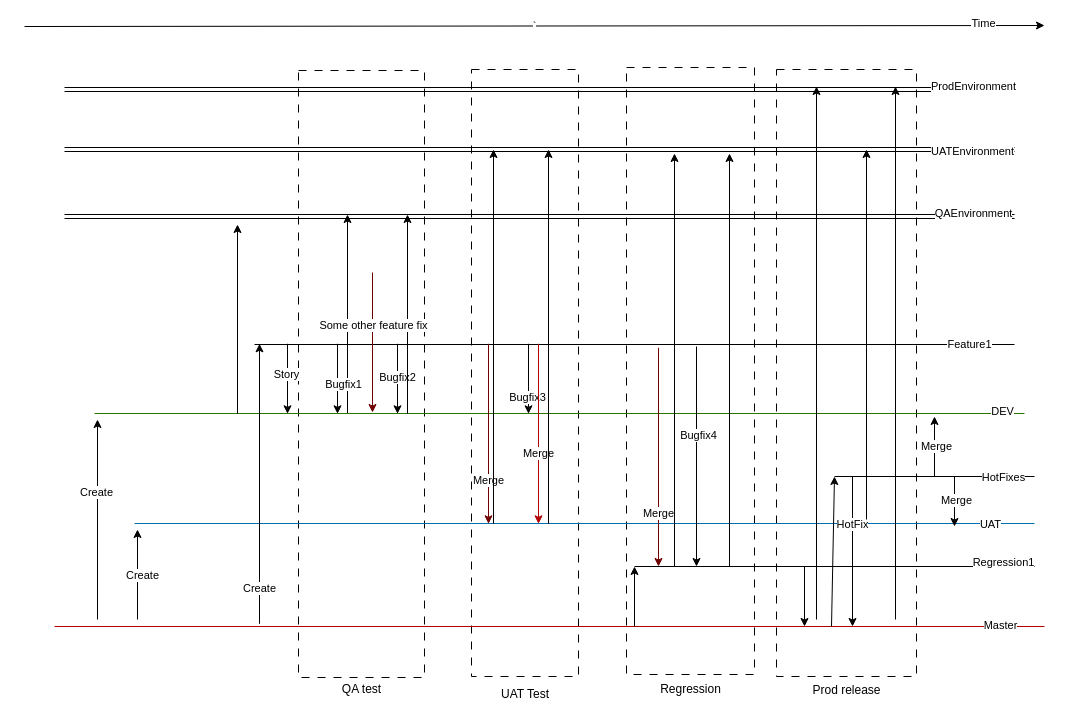
This is FeatureStrategy.drawio from sshevchenko777/POC, a draw.io file, before an edit. Source tidied: cells renumbered, new cells numbered last; positions are measured from the earlier drawing's top-left corner, leaving out a move shared by most shapes. Both pictures are drawn from the tidied source at 100%, with x=0, y=0 at pixel (24, 25).
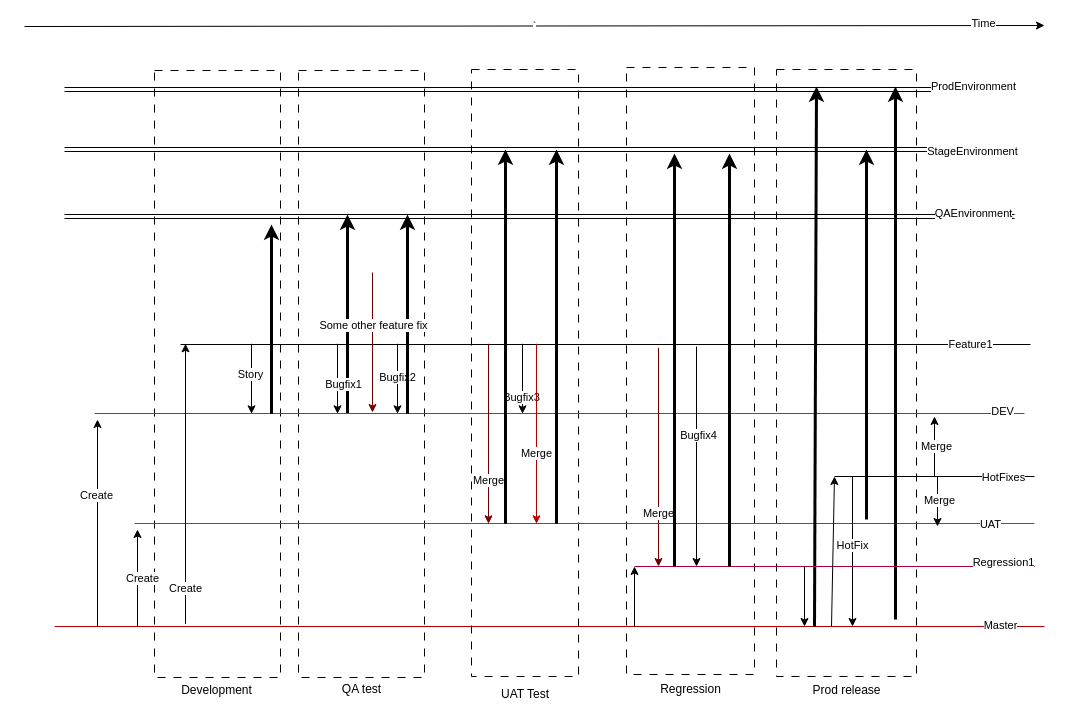
The same page after the edit.

The change refers to these unchanged cells:
```xml
<mxCell id="31" style="shape=link;html=1;rounded=0;" parent="1" edge="1">
  <mxGeometry relative="1" as="geometry">
    <mxPoint x="40" y="124" as="sourcePoint" />
    <mxPoint x="990" y="124" as="targetPoint" />
  </mxGeometry>
</mxCell>
<mxCell id="49" style="endArrow=classic;html=1;rounded=0;" parent="1" edge="1">
  <mxGeometry relative="1" as="geometry">
    <mxPoint x="828" y="451" as="sourcePoint" />
    <mxPoint x="828" y="601" as="targetPoint" />
  </mxGeometry>
</mxCell>
```

The edit, as a diff of the source:
```diff
@@
+    <mxCell id="73" style="whiteSpace=wrap;html=1;fillStyle=auto;dashed=1;dashPattern=8 8;strokeColor=light-dark(#000000,#1F4EA9);" parent="1" vertex="1">
+      <mxGeometry x="130" y="45" width="126" height="607" as="geometry" />
+    </mxCell>
@@
-    <mxCell id="4" style="endArrow=classic;html=1;rounded=0;" parent="1" edge="1">
+    <mxCell id="4" style="endArrow=classic;html=1;rounded=0;strokeWidth=3;" parent="1" edge="1">
       <mxGeometry relative="1" as="geometry">
         <mxPoint x="323" y="388.3" as="sourcePoint" />
         <mxPoint x="323" y="189" as="targetPoint" />
       </mxGeometry>
     </mxCell>
@@
     <mxCell id="14" style="edgeStyle=orthogonalEdgeStyle;rounded=0;orthogonalLoop=1;jettySize=auto;html=1;" parent="1" edge="1">
       <mxGeometry relative="1" as="geometry">
-        <mxPoint x="263" y="318.3" as="sourcePoint" />
-        <mxPoint x="263" y="388.3" as="targetPoint" />
+        <mxPoint x="227" y="318.3" as="sourcePoint" />
+        <mxPoint x="227" y="388.3" as="targetPoint" />
       </mxGeometry>
     </mxCell>
@@
     <mxCell id="18" style="edgeStyle=orthogonalEdgeStyle;rounded=0;orthogonalLoop=1;jettySize=auto;html=1;" parent="1" edge="1">
       <mxGeometry relative="1" as="geometry">
-        <mxPoint x="504" y="318.3" as="sourcePoint" />
-        <mxPoint x="504" y="388.3" as="targetPoint" />
+        <mxPoint x="498" y="318.3" as="sourcePoint" />
+        <mxPoint x="498" y="388.3" as="targetPoint" />
       </mxGeometry>
     </mxCell>
@@
     <mxCell id="22" style="endArrow=none;html=1;rounded=0;" parent="1" edge="1">
       <mxGeometry relative="1" as="geometry">
-        <mxPoint x="230" y="319" as="sourcePoint" />
-        <mxPoint x="990" y="319" as="targetPoint" />
+        <mxPoint x="156" y="319" as="sourcePoint" />
+        <mxPoint x="1006" y="319" as="targetPoint" />
       </mxGeometry>
     </mxCell>
@@
     <mxCell id="24" style="endArrow=classic;html=1;rounded=0;" parent="1" edge="1">
       <mxGeometry relative="1" as="geometry">
-        <mxPoint x="235" y="598.3" as="sourcePoint" />
-        <mxPoint x="235" y="318.3" as="targetPoint" />
+        <mxPoint x="161" y="598.3" as="sourcePoint" />
+        <mxPoint x="161" y="318.3" as="targetPoint" />
       </mxGeometry>
     </mxCell>
@@
-    <mxCell id="30" style="endArrow=classic;html=1;rounded=0;" parent="1" edge="1">
+    <mxCell id="30" style="endArrow=classic;html=1;rounded=0;strokeWidth=3;" parent="1" edge="1">
       <mxGeometry relative="1" as="geometry">
-        <mxPoint x="213" y="388.3" as="sourcePoint" />
-        <mxPoint x="213" y="199" as="targetPoint" />
+        <mxPoint x="247" y="388.3" as="sourcePoint" />
+        <mxPoint x="247" y="199" as="targetPoint" />
       </mxGeometry>
     </mxCell>
@@
-    <mxCell id="32" value="UATEnvironment" style="edgeLabel;html=1;align=center;verticalAlign=middle;" parent="31" vertex="1">
+    <mxCell id="32" value="StageEnvironment" style="edgeLabel;html=1;align=center;verticalAlign=middle;" parent="31" vertex="1">
       <mxGeometry x="0.91" y="-1" relative="1" as="geometry" />
     </mxCell>
@@
-    <mxCell id="35" style="endArrow=classic;html=1;rounded=0;" parent="1" edge="1">
+    <mxCell id="35" style="endArrow=classic;html=1;rounded=0;strokeWidth=3;" parent="1" edge="1">
       <mxGeometry relative="1" as="geometry">
-        <mxPoint x="469" y="498.3" as="sourcePoint" />
-        <mxPoint x="469" y="124" as="targetPoint" />
+        <mxPoint x="481" y="498.3" as="sourcePoint" />
+        <mxPoint x="481" y="124" as="targetPoint" />
       </mxGeometry>
     </mxCell>
     <mxCell id="36" style="endArrow=classic;html=1;rounded=0;fillColor=#e51400;strokeColor=#B20000;" parent="1" edge="1">
       <mxGeometry relative="1" as="geometry">
-        <mxPoint x="514" y="318.3" as="sourcePoint" />
-        <mxPoint x="514" y="498.3" as="targetPoint" />
+        <mxPoint x="512" y="318.3" as="sourcePoint" />
+        <mxPoint x="512" y="498.3" as="targetPoint" />
       </mxGeometry>
     </mxCell>
@@
-    <mxCell id="38" style="endArrow=classic;html=1;rounded=0;" parent="1" edge="1">
+    <mxCell id="38" style="endArrow=classic;html=1;rounded=0;strokeWidth=3;" parent="1" edge="1">
       <mxGeometry relative="1" as="geometry">
-        <mxPoint x="524" y="498.3" as="sourcePoint" />
-        <mxPoint x="524" y="124" as="targetPoint" />
+        <mxPoint x="532" y="498.3" as="sourcePoint" />
+        <mxPoint x="532" y="124" as="targetPoint" />
       </mxGeometry>
     </mxCell>
-    <mxCell id="39" style="endArrow=classic;html=1;rounded=0;" parent="1" edge="1">
+    <mxCell id="39" style="endArrow=classic;html=1;rounded=0;strokeWidth=3;" parent="1" edge="1">
       <mxGeometry relative="1" as="geometry">
         <mxPoint x="383" y="388.3" as="sourcePoint" />
         <mxPoint x="383" y="189" as="targetPoint" />
       </mxGeometry>
     </mxCell>
@@
-    <mxCell id="44" style="endArrow=classic;html=1;rounded=0;" parent="1" edge="1">
+    <mxCell id="44" style="endArrow=classic;html=1;rounded=0;strokeWidth=3;" parent="1" edge="1">
       <mxGeometry relative="1" as="geometry">
-        <mxPoint x="792" y="594" as="sourcePoint" />
+        <mxPoint x="790" y="601" as="sourcePoint" />
         <mxPoint x="792" y="61" as="targetPoint" />
       </mxGeometry>
     </mxCell>
     <mxCell id="45" style="endArrow=classic;html=1;rounded=0;" parent="1" edge="1">
       <mxGeometry relative="1" as="geometry">
-        <mxPoint x="113" y="594" as="sourcePoint" />
+        <mxPoint x="113" y="601" as="sourcePoint" />
         <mxPoint x="113" y="504" as="targetPoint" />
       </mxGeometry>
     </mxCell>
@@
     <mxCell id="47" style="endArrow=classic;html=1;rounded=0;" parent="1" edge="1">
       <mxGeometry relative="1" as="geometry">
-        <mxPoint x="73" y="594" as="sourcePoint" />
+        <mxPoint x="73" y="601" as="sourcePoint" />
         <mxPoint x="73" y="394" as="targetPoint" />
       </mxGeometry>
     </mxCell>
@@
     <mxCell id="50" value="HotFix" style="edgeLabel;html=1;align=center;verticalAlign=middle;" parent="49" vertex="1">
-      <mxGeometry x="-0.37" y="-1" relative="1" as="geometry" />
+      <mxGeometry x="-0.37" y="-1" relative="1" as="geometry">
+        <mxPoint y="21" as="offset" />
+      </mxGeometry>
     </mxCell>
-    <mxCell id="51" style="endArrow=classic;html=1;rounded=0;" parent="1" edge="1">
+    <mxCell id="51" style="endArrow=classic;html=1;rounded=0;strokeWidth=3;" parent="1" edge="1">
       <mxGeometry relative="1" as="geometry">
         <mxPoint x="871" y="594" as="sourcePoint" />
         <mxPoint x="871" y="61" as="targetPoint" />
       </mxGeometry>
     </mxCell>
-    <mxCell id="52" style="endArrow=classic;html=1;rounded=0;" parent="1" edge="1">
+    <mxCell id="52" style="endArrow=classic;html=1;rounded=0;strokeWidth=3;" parent="1" edge="1">
       <mxGeometry relative="1" as="geometry">
         <mxPoint x="842" y="494" as="sourcePoint" />
         <mxPoint x="842" y="124" as="targetPoint" />
       </mxGeometry>
     </mxCell>
@@
-    <mxCell id="54" style="endArrow=none;html=1;rounded=0;" parent="1" edge="1">
+    <mxCell id="54" style="endArrow=none;html=1;rounded=0;fillColor=#d80073;strokeColor=#A50040;" parent="1" edge="1">
       <mxGeometry relative="1" as="geometry">
         <mxPoint x="610" y="541" as="sourcePoint" />
         <mxPoint x="1010" y="541" as="targetPoint" />
       </mxGeometry>
     </mxCell>
@@
-    <mxCell id="60" style="endArrow=classic;html=1;rounded=0;" parent="1" edge="1">
+    <mxCell id="60" style="endArrow=classic;html=1;rounded=0;strokeWidth=3;" parent="1" edge="1">
       <mxGeometry relative="1" as="geometry">
         <mxPoint x="650" y="541" as="sourcePoint" />
         <mxPoint x="650" y="128" as="targetPoint" />
       </mxGeometry>
     </mxCell>
-    <mxCell id="61" style="endArrow=classic;html=1;rounded=0;" parent="1" edge="1">
+    <mxCell id="61" style="endArrow=classic;html=1;rounded=0;strokeWidth=3;" parent="1" edge="1">
       <mxGeometry relative="1" as="geometry">
         <mxPoint x="705" y="541" as="sourcePoint" />
         <mxPoint x="705" y="128" as="targetPoint" />
       </mxGeometry>
     </mxCell>
@@
     <mxCell id="71" style="endArrow=classic;html=1;rounded=0;" parent="1" edge="1">
       <mxGeometry relative="1" as="geometry">
-        <mxPoint x="930" y="451" as="sourcePoint" />
-        <mxPoint x="930" y="501" as="targetPoint" />
+        <mxPoint x="913" y="451" as="sourcePoint" />
+        <mxPoint x="913" y="501" as="targetPoint" />
       </mxGeometry>
     </mxCell>
@@
+    <mxCell id="74" value="Development" style="text;html=1;align=center;verticalAlign=middle;strokeColor=none;fillColor=none;" parent="1" vertex="1">
+      <mxGeometry x="147" y="650" width="90" height="30" as="geometry" />
+    </mxCell>
```
